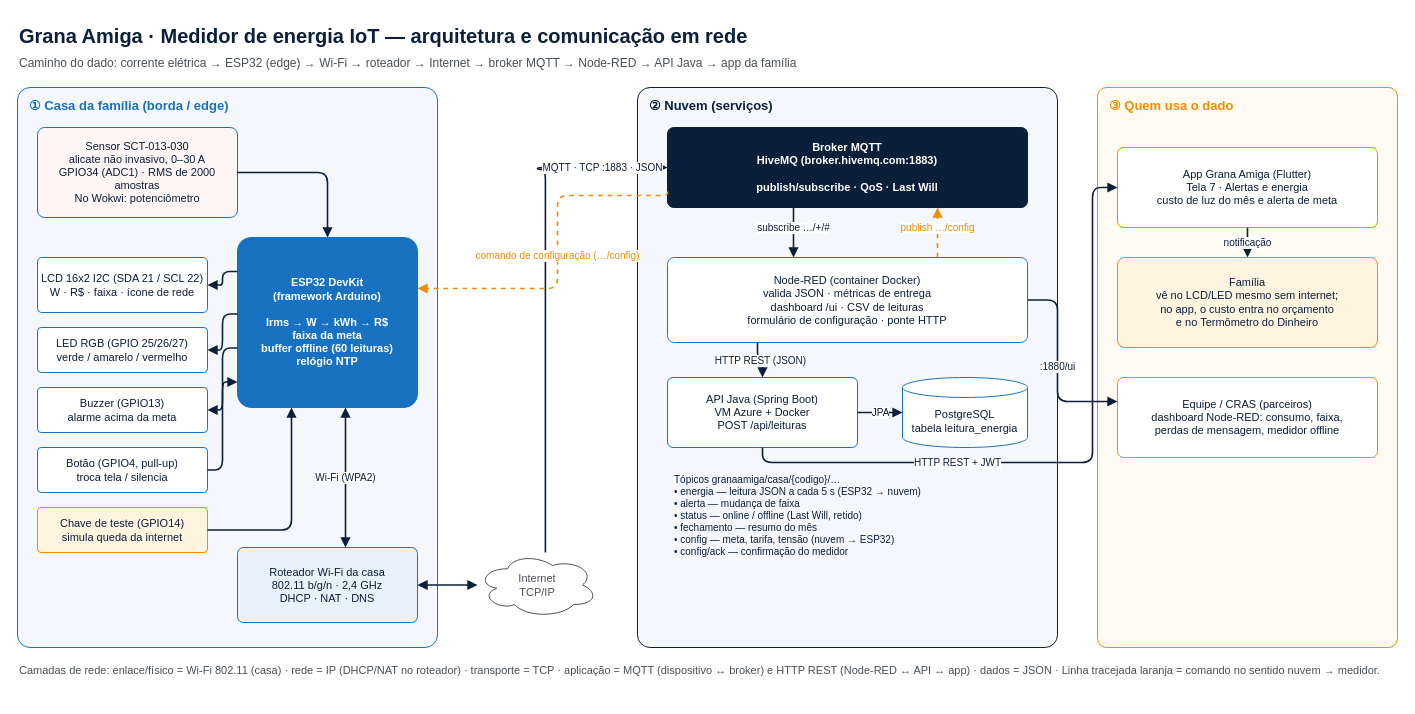
The draw.io diagram docs/arquitetura.drawio in grana-amiga/IoT-IOB-Generative-IA, before the edit. Source tidied: cells renumbered, new cells numbered last; positions are measured from the earlier drawing's top-left corner, leaving out a move shared by most shapes. Both pictures are drawn from the tidied source at 100%, with x=0, y=0 at pixel (17, 17).
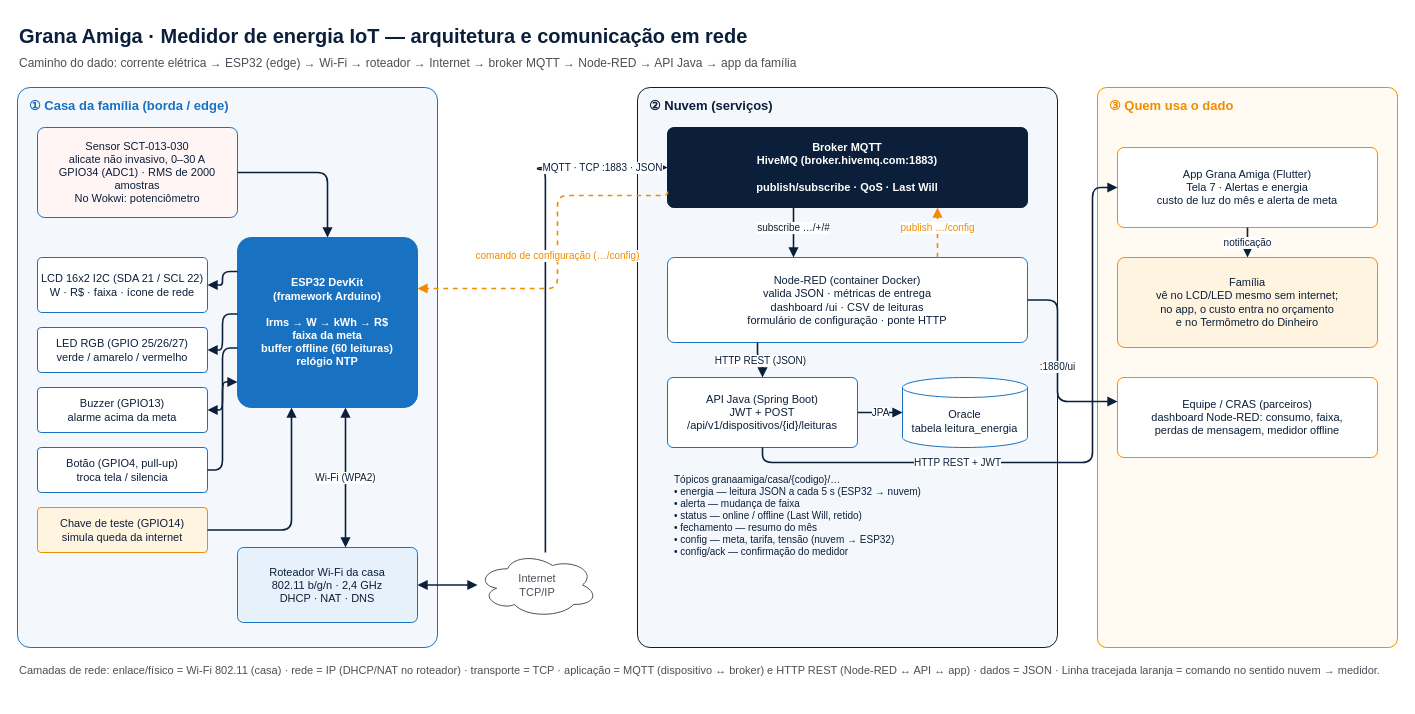
The same page after the edit.

Commit message (it also covers changes not shown here):
docs: atualiza diagrama com a rota real da API Java

What changed in the source:
```diff
@@
-    <mxCell id="26" value="API Java (Spring Boot)&lt;br&gt;VM Azure + Docker&lt;br&gt;POST /api/leituras" style="rounded=1;whiteSpace=wrap;html=1;fillColor=#FFFFFF;strokeColor=#1971C2;fontColor=#0B1F3A;fontSize=11;arcSize=8;" parent="1" vertex="1">
+    <mxCell id="26" value="API Java (Spring Boot)&lt;br&gt;JWT + POST&lt;br&gt;/api/v1/dispositivos/{id}/leituras" style="rounded=1;whiteSpace=wrap;html=1;fillColor=#FFFFFF;strokeColor=#1971C2;fontColor=#0B1F3A;fontSize=11;arcSize=8;" parent="1" vertex="1">
       <mxGeometry x="650" y="360" width="190" height="70" as="geometry" />
     </mxCell>
-    <mxCell id="27" value="PostgreSQL&lt;br&gt;tabela leitura_energia" style="rounded=1;whiteSpace=wrap;html=1;fillColor=#FFFFFF;strokeColor=#1971C2;fontColor=#0B1F3A;fontSize=11;arcSize=8;shape=cylinder3;boundedLbl=1;size=10;" parent="1" vertex="1">
+    <mxCell id="27" value="Oracle&lt;br&gt;tabela leitura_energia" style="rounded=1;whiteSpace=wrap;html=1;fillColor=#FFFFFF;strokeColor=#1971C2;fontColor=#0B1F3A;fontSize=11;arcSize=8;shape=cylinder3;boundedLbl=1;size=10;" parent="1" vertex="1">
       <mxGeometry x="885" y="360" width="125" height="70" as="geometry" />
     </mxCell>
```
